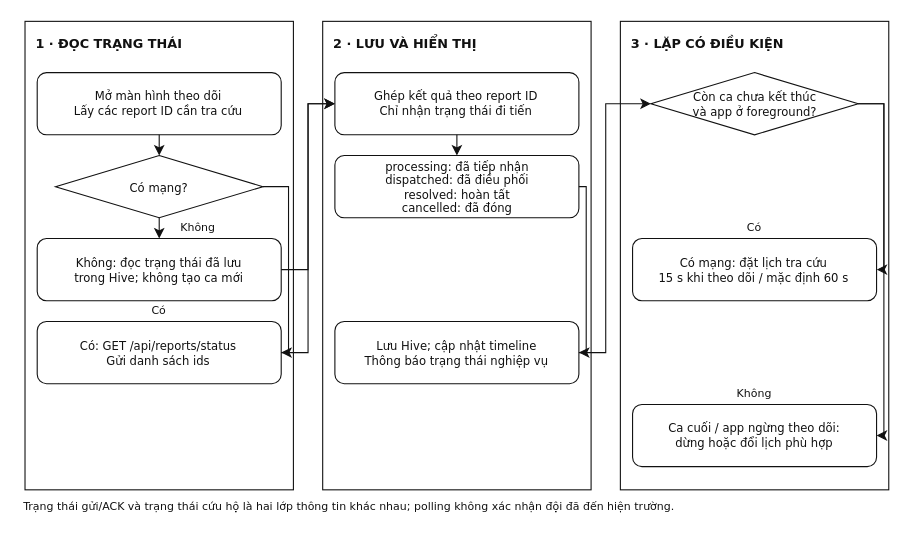
ngthtrong/nckh2 keeps this draw.io diagram as report/assets/diagrams/flow_04_track_rescue_status.drawio. Above is the earlier version. Source tidied: cells renumbered, new cells numbered last; positions are measured from the earlier drawing's top-left corner, leaving out a move shared by most shapes. Both pictures are drawn from the tidied source at 122%, with x=0, y=0 at pixel (23, 21).
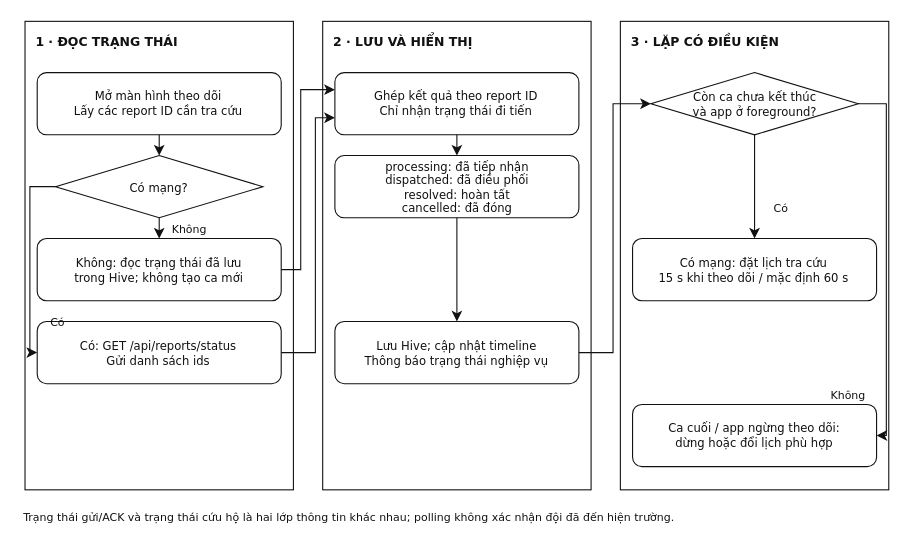
After the change.

The change refers to these unchanged cells:
```xml
<mxCell id="10" style="rhombus;fillColor=#FFFFFF;strokeColor=#111111;strokeWidth=0.9;dashed=0;" parent="1" vertex="1">
  <mxGeometry x="26" y="110" width="170" height="51" as="geometry" />
</mxCell>
<mxCell id="12" style="rounded=1;fillColor=#FFFFFF;strokeColor=#111111;strokeWidth=0.9;dashed=0;" parent="1" vertex="1">
  <mxGeometry x="11" y="178" width="200" height="51" as="geometry" />
</mxCell>
<mxCell id="14" style="rounded=1;fillColor=#FFFFFF;strokeColor=#111111;strokeWidth=0.9;dashed=0;" parent="1" vertex="1">
  <mxGeometry x="11" y="246" width="200" height="51" as="geometry" />
</mxCell>
<mxCell id="16" style="rounded=1;fillColor=#FFFFFF;strokeColor=#111111;strokeWidth=0.9;dashed=0;" parent="1" vertex="1">
  <mxGeometry x="255" y="42" width="200" height="51" as="geometry" />
</mxCell>
<mxCell id="18" style="rounded=1;fillColor=#FFFFFF;strokeColor=#111111;strokeWidth=0.9;dashed=0;" parent="1" vertex="1">
  <mxGeometry x="255" y="110" width="200" height="51" as="geometry" />
</mxCell>
<mxCell id="20" style="rounded=1;fillColor=#FFFFFF;strokeColor=#111111;strokeWidth=0.9;dashed=0;" parent="1" vertex="1">
  <mxGeometry x="255" y="246" width="200" height="51" as="geometry" />
</mxCell>
<mxCell id="22" style="rhombus;fillColor=#FFFFFF;strokeColor=#111111;strokeWidth=0.9;dashed=0;" parent="1" vertex="1">
  <mxGeometry x="514" y="42" width="170" height="51" as="geometry" />
</mxCell>
<mxCell id="24" style="rounded=1;fillColor=#FFFFFF;strokeColor=#111111;strokeWidth=0.9;dashed=0;" parent="1" vertex="1">
  <mxGeometry x="499" y="178" width="200" height="51" as="geometry" />
</mxCell>
<mxCell id="26" style="rounded=1;fillColor=#FFFFFF;strokeColor=#111111;strokeWidth=0.9;dashed=0;" parent="1" vertex="1">
  <mxGeometry x="499" y="314" width="200" height="51" as="geometry" />
</mxCell>
```

What changed in the source:
```diff
@@
-    <mxCell id="3" value="&lt;div&gt;1 · ĐỌC TRẠNG THÁI&lt;/div&gt;" style="text;html=1;whiteSpace=wrap;align=left;verticalAlign=middle;fontFamily=DejaVu Sans;fontSize=10.5;fontStyle=1;fontColor=#111111;spacing=0;overflow=visible;" parent="1" vertex="1">
-      <mxGeometry x="10" y="10.5" width="123.2" height="15" as="geometry" />
+    <mxCell id="3" value="&lt;div&gt;1 · ĐỌC TRẠNG THÁI&lt;/div&gt;" style="text;html=1;whiteSpace=wrap;align=left;verticalAlign=middle;fontFamily=DejaVu Sans;fontSize=10.2;fontStyle=1;fontColor=#111111;spacing=0;overflow=visible;" parent="1" vertex="1">
+      <mxGeometry x="10" y="11.2" width="118.4" height="13.5" as="geometry" />
     </mxCell>
@@
-    <mxCell id="5" value="&lt;div&gt;2 · LƯU VÀ HIỂN THỊ&lt;/div&gt;" style="text;html=1;whiteSpace=wrap;align=left;verticalAlign=middle;fontFamily=DejaVu Sans;fontSize=10.5;fontStyle=1;fontColor=#111111;spacing=0;overflow=visible;" parent="1" vertex="1">
-      <mxGeometry x="254" y="9.4" width="120.7" height="17.1" as="geometry" />
+    <mxCell id="5" value="&lt;div&gt;2 · LƯU VÀ HIỂN THỊ&lt;/div&gt;" style="text;html=1;whiteSpace=wrap;align=left;verticalAlign=middle;fontFamily=DejaVu Sans;fontSize=10.2;fontStyle=1;fontColor=#111111;spacing=0;overflow=visible;" parent="1" vertex="1">
+      <mxGeometry x="254" y="10.2" width="115.5" height="15.7" as="geometry" />
     </mxCell>
@@
-    <mxCell id="7" value="&lt;div&gt;3 · LẶP CÓ ĐIỀU KIỆN&lt;/div&gt;" style="text;html=1;whiteSpace=wrap;align=left;verticalAlign=middle;fontFamily=DejaVu Sans;fontSize=10.5;fontStyle=1;fontColor=#111111;spacing=0;overflow=visible;" parent="1" vertex="1">
-      <mxGeometry x="498" y="9.8" width="128" height="16.4" as="geometry" />
+    <mxCell id="7" value="&lt;div&gt;3 · LẶP CÓ ĐIỀU KIỆN&lt;/div&gt;" style="text;html=1;whiteSpace=wrap;align=left;verticalAlign=middle;fontFamily=DejaVu Sans;fontSize=10.2;fontStyle=1;fontColor=#111111;spacing=0;overflow=visible;" parent="1" vertex="1">
+      <mxGeometry x="498" y="10.5" width="123" height="15" as="geometry" />
     </mxCell>
@@
+    <mxCell id="43" value="&lt;div&gt;Không&lt;/div&gt;" style="text;html=1;whiteSpace=wrap;align=center;verticalAlign=middle;fontFamily=DejaVu Sans;fontSize=9;fontStyle=0;fontColor=#111111;spacing=0;overflow=visible;" parent="1" vertex="1">
+      <mxGeometry x="120.8" y="165.3" width="30.4" height="11.4" as="geometry" />
+    </mxCell>
@@
-    <mxCell id="30" value="&lt;div&gt;Không&lt;/div&gt;" style="text;html=1;whiteSpace=wrap;align=center;verticalAlign=middle;fontFamily=DejaVu Sans;fontSize=9;fontStyle=0;fontColor=#111111;spacing=0;overflow=visible;" parent="1" vertex="1">
-      <mxGeometry x="127.8" y="163.3" width="30.4" height="11.4" as="geometry" />
-    </mxCell>
+    <mxCell id="44" value="&lt;div&gt;Có&lt;/div&gt;" style="text;html=1;whiteSpace=wrap;align=center;verticalAlign=middle;fontFamily=DejaVu Sans;fontSize=9;fontStyle=0;fontColor=#111111;spacing=0;overflow=visible;" parent="1" vertex="1">
+      <mxGeometry x="21.1" y="241.3" width="13.8" height="11.4" as="geometry" />
+    </mxCell>
-    <mxCell id="31" style="html=1;rounded=0;strokeColor=#111111;strokeWidth=0.9;dashed=0;endArrow=classic;startArrow=none;exitX=1.0;exitY=0.5;entryX=1.0;entryY=0.5;" parent="1" edge="1" source="10" target="14">
+    <mxCell id="31" style="html=1;rounded=0;strokeColor=#111111;strokeWidth=0.9;dashed=0;endArrow=classic;startArrow=none;exitX=0.0;exitY=0.5;entryX=0.0;entryY=0.5;" parent="1" edge="1" source="10" target="14">
       <mxGeometry relative="1" as="geometry">
         <Array as="points">
-          <mxPoint x="217" y="135.5" />
-          <mxPoint x="217" y="271.5" />
+          <mxPoint x="5" y="135.5" />
+          <mxPoint x="5" y="271.5" />
         </Array>
       </mxGeometry>
     </mxCell>
-    <mxCell id="32" value="&lt;div&gt;Có&lt;/div&gt;" style="text;html=1;whiteSpace=wrap;align=center;verticalAlign=middle;fontFamily=DejaVu Sans;fontSize=9;fontStyle=0;fontColor=#111111;spacing=0;overflow=visible;" parent="1" vertex="1">
-      <mxGeometry x="104.1" y="231.3" width="13.8" height="11.4" as="geometry" />
-    </mxCell>
-    <mxCell id="33" style="html=1;rounded=0;strokeColor=#111111;strokeWidth=0.9;dashed=0;endArrow=classic;startArrow=none;exitX=1.0;exitY=0.5;entryX=0.0;entryY=0.5;" parent="1" edge="1" source="12" target="16">
+    <mxCell id="33" style="html=1;rounded=0;strokeColor=#111111;strokeWidth=0.9;dashed=0;endArrow=classic;startArrow=none;exitX=1.0;exitY=0.5;entryX=0.0;entryY=0.27450980392156865;" parent="1" edge="1" source="12" target="16">
       <mxGeometry relative="1" as="geometry">
         <Array as="points">
-          <mxPoint x="233" y="203.5" />
-          <mxPoint x="233" y="67.5" />
+          <mxPoint x="227" y="203.5" />
+          <mxPoint x="227" y="56" />
         </Array>
       </mxGeometry>
     </mxCell>
-    <mxCell id="34" style="html=1;rounded=0;strokeColor=#111111;strokeWidth=0.9;dashed=0;endArrow=classic;startArrow=none;exitX=1.0;exitY=0.5;entryX=0.0;entryY=0.5;" parent="1" edge="1" source="14" target="16">
+    <mxCell id="34" style="html=1;rounded=0;strokeColor=#111111;strokeWidth=0.9;dashed=0;endArrow=classic;startArrow=none;exitX=1.0;exitY=0.5;entryX=0.0;entryY=0.7254901960784313;" parent="1" edge="1" source="14" target="16">
       <mxGeometry relative="1" as="geometry">
         <Array as="points">
-          <mxPoint x="233" y="271.5" />
-          <mxPoint x="233" y="67.5" />
+          <mxPoint x="239" y="271.5" />
+          <mxPoint x="239" y="79" />
         </Array>
       </mxGeometry>
     </mxCell>
@@
-    <mxCell id="36" style="html=1;rounded=0;strokeColor=#111111;strokeWidth=0.9;dashed=0;endArrow=classic;startArrow=none;exitX=1.0;exitY=0.5;entryX=1.0;entryY=0.5;" parent="1" edge="1" source="18" target="20">
-      <mxGeometry relative="1" as="geometry">
-        <Array as="points">
-          <mxPoint x="461" y="135.5" />
-          <mxPoint x="461" y="271.5" />
-        </Array>
-      </mxGeometry>
+    <mxCell id="36" style="html=1;rounded=0;strokeColor=#111111;strokeWidth=0.9;dashed=0;endArrow=classic;startArrow=none;exitX=0.5;exitY=1.0;entryX=0.5;entryY=0.0;" parent="1" edge="1" source="18" target="20">
+      <mxGeometry relative="1" as="geometry" />
     </mxCell>
     <mxCell id="37" style="html=1;rounded=0;strokeColor=#111111;strokeWidth=0.9;dashed=0;endArrow=classic;startArrow=none;exitX=1.0;exitY=0.5;entryX=0.0;entryY=0.5;" parent="1" edge="1" source="20" target="22">
       <mxGeometry relative="1" as="geometry">
         <Array as="points">
-          <mxPoint x="477" y="271.5" />
-          <mxPoint x="477" y="67.5" />
+          <mxPoint x="483" y="271.5" />
+          <mxPoint x="483" y="67.5" />
         </Array>
       </mxGeometry>
     </mxCell>
+    <mxCell id="45" value="&lt;div&gt;Có&lt;/div&gt;" style="text;html=1;whiteSpace=wrap;align=center;verticalAlign=middle;fontFamily=DejaVu Sans;fontSize=9;fontStyle=0;fontColor=#111111;spacing=0;overflow=visible;" parent="1" vertex="1">
+      <mxGeometry x="614.1" y="148.3" width="13.8" height="11.4" as="geometry" />
+    </mxCell>
-    <mxCell id="38" style="html=1;rounded=0;strokeColor=#111111;strokeWidth=0.9;dashed=0;endArrow=classic;startArrow=none;exitX=1.0;exitY=0.5;entryX=1.0;entryY=0.5;" parent="1" edge="1" source="22" target="24">
-      <mxGeometry relative="1" as="geometry">
-        <Array as="points">
-          <mxPoint x="705" y="67.5" />
-          <mxPoint x="705" y="203.5" />
-        </Array>
-      </mxGeometry>
+    <mxCell id="38" style="html=1;rounded=0;strokeColor=#111111;strokeWidth=0.9;dashed=0;endArrow=classic;startArrow=none;exitX=0.5;exitY=1.0;entryX=0.5;entryY=0.0;" parent="1" edge="1" source="22" target="24">
+      <mxGeometry relative="1" as="geometry" />
     </mxCell>
-    <mxCell id="39" value="&lt;div&gt;Có&lt;/div&gt;" style="text;html=1;whiteSpace=wrap;align=center;verticalAlign=middle;fontFamily=DejaVu Sans;fontSize=9;fontStyle=0;fontColor=#111111;spacing=0;overflow=visible;" parent="1" vertex="1">
-      <mxGeometry x="592.1" y="163.3" width="13.8" height="11.4" as="geometry" />
-    </mxCell>
+    <mxCell id="46" value="&lt;div&gt;Không&lt;/div&gt;" style="text;html=1;whiteSpace=wrap;align=center;verticalAlign=middle;fontFamily=DejaVu Sans;fontSize=9;fontStyle=0;fontColor=#111111;spacing=0;overflow=visible;" parent="1" vertex="1">
+      <mxGeometry x="660.8" y="301.3" width="30.4" height="11.4" as="geometry" />
+    </mxCell>
     <mxCell id="40" style="html=1;rounded=0;strokeColor=#111111;strokeWidth=0.9;dashed=0;endArrow=classic;startArrow=none;exitX=1.0;exitY=0.5;entryX=1.0;entryY=0.5;" parent="1" edge="1" source="22" target="26">
       <mxGeometry relative="1" as="geometry">
         <Array as="points">
-          <mxPoint x="705" y="67.5" />
-          <mxPoint x="705" y="339.5" />
+          <mxPoint x="707" y="67.5" />
+          <mxPoint x="707" y="339.5" />
         </Array>
       </mxGeometry>
     </mxCell>
-    <mxCell id="41" value="&lt;div&gt;Không&lt;/div&gt;" style="text;html=1;whiteSpace=wrap;align=center;verticalAlign=middle;fontFamily=DejaVu Sans;fontSize=9;fontStyle=0;fontColor=#111111;spacing=0;overflow=visible;" parent="1" vertex="1">
-      <mxGeometry x="583.8" y="299.3" width="30.4" height="11.4" as="geometry" />
-    </mxCell>
     <mxCell id="42" value="&lt;div&gt;Trạng thái gửi/ACK và trạng thái cứu hộ là hai lớp thông tin khác nhau; polling không xác nhận đội đã đến hiện trường.&lt;/div&gt;" style="text;html=1;whiteSpace=wrap;align=left;verticalAlign=middle;fontFamily=DejaVu Sans;fontSize=9;fontStyle=0;fontColor=#111111;spacing=0;overflow=visible;" parent="1" vertex="1">
-      <mxGeometry y="392" width="537" height="12.1" as="geometry" />
+      <mxGeometry y="401" width="537" height="12.1" as="geometry" />
     </mxCell>
```
